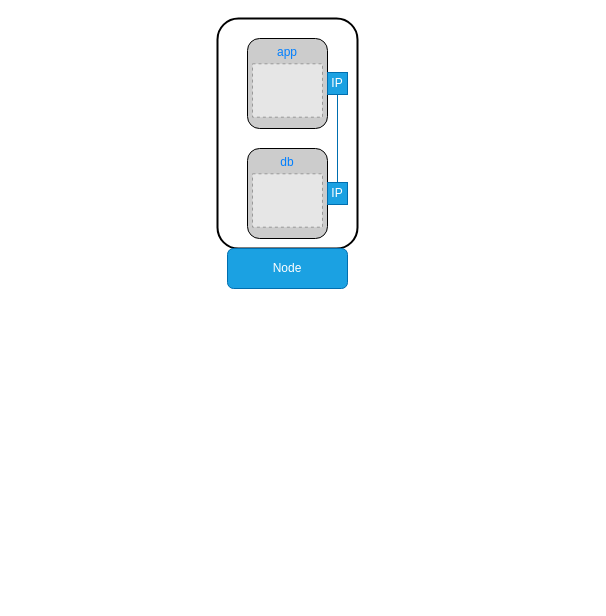
The draw.io diagram page "Service" (3 of 3) of AKS Main Components.drawio in joeakc/AKS, before the edit. Source tidied: cells renumbered, new cells numbered last; positions are measured from the earlier drawing's top-left corner, leaving out a move shared by most shapes. Both pictures are drawn from the tidied source at 100%, with x=0, y=0 at pixel (217, 18). Pictures stored in the file or linked from it are replaced by grey dashed boxes.
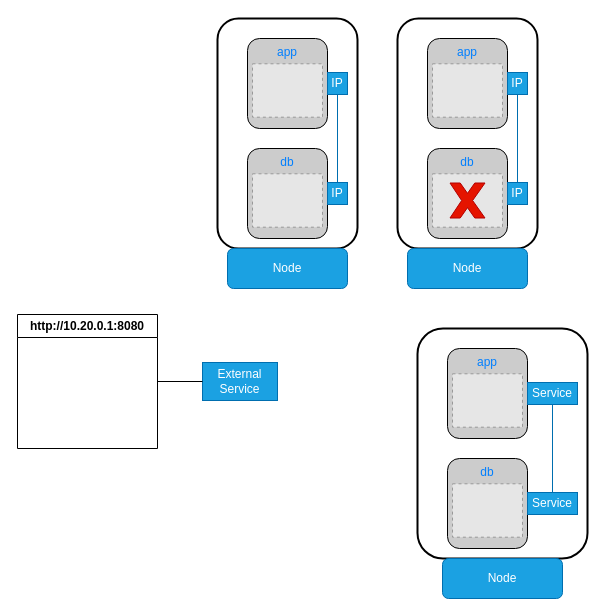
After the change.

Diff of the diagram source:
```diff
@@
+    <mxCell id="11" style="rounded=1;whiteSpace=wrap;html=1;strokeWidth=2;" parent="1" vertex="1">
+      <mxGeometry x="180" width="140" height="230" as="geometry" />
+    </mxCell>
+    <mxCell id="12" value="&lt;font color=&quot;#007fff&quot;&gt;app&lt;/font&gt;" style="rounded=1;whiteSpace=wrap;html=1;fillStyle=solid;verticalAlign=top;fillColor=#CCCCCC;" parent="1" vertex="1">
+      <mxGeometry x="210" y="20" width="80" height="90" as="geometry" />
+    </mxCell>
+    <mxCell id="13" style="fillColor=#E6E6E6;strokeColor=#999999;dashed=1;verticalLabelPosition=bottom;labelBackgroundColor=default;verticalAlign=top;" parent="1" vertex="1">
+      <mxGeometry x="215" y="45.3" width="70" height="53.4" as="geometry" />
+    </mxCell>
+    <mxCell id="14" value="&lt;font color=&quot;#007fff&quot;&gt;db&lt;/font&gt;" style="rounded=1;whiteSpace=wrap;html=1;fillStyle=solid;verticalAlign=top;fillColor=#CCCCCC;" parent="1" vertex="1">
+      <mxGeometry x="210" y="130" width="80" height="90" as="geometry" />
+    </mxCell>
+    <mxCell id="15" style="fillColor=#E6E6E6;strokeColor=#999999;dashed=1;verticalLabelPosition=bottom;labelBackgroundColor=default;verticalAlign=top;" parent="1" vertex="1">
+      <mxGeometry x="215" y="155.3" width="70" height="53.4" as="geometry" />
+    </mxCell>
+    <mxCell id="16" value="Node" style="rounded=1;whiteSpace=wrap;html=1;fillColor=#1ba1e2;strokeColor=#006EAF;fontColor=#ffffff;" parent="1" vertex="1">
+      <mxGeometry x="190" y="230" width="120" height="40" as="geometry" />
+    </mxCell>
+    <mxCell id="17" value="IP" style="rounded=0;whiteSpace=wrap;html=1;fillColor=#1ba1e2;fontColor=#ffffff;strokeColor=#006EAF;" parent="1" vertex="1">
+      <mxGeometry x="290" y="54" width="20" height="22" as="geometry" />
+    </mxCell>
+    <mxCell id="18" value="IP" style="rounded=0;whiteSpace=wrap;html=1;fillColor=#1ba1e2;fontColor=#ffffff;strokeColor=#006EAF;" parent="1" vertex="1">
+      <mxGeometry x="290" y="164" width="20" height="22" as="geometry" />
+    </mxCell>
+    <mxCell id="19" style="endArrow=none;html=1;rounded=0;exitX=0.5;exitY=0;exitDx=0;exitDy=0;entryX=0.5;entryY=1;entryDx=0;entryDy=0;fillColor=#1ba1e2;strokeColor=#006EAF;" parent="1" edge="1" source="18" target="17">
+      <mxGeometry relative="1" as="geometry" />
+    </mxCell>
+    <mxCell id="20" style="verticalLabelPosition=bottom;verticalAlign=top;html=1;shape=mxgraph.basic.x;fillColor=#e51400;fontColor=#ffffff;strokeColor=#B20000;" parent="1" vertex="1">
+      <mxGeometry x="232.5" y="164.5" width="35" height="35" as="geometry" />
+    </mxCell>
+    <mxCell id="21" style="rounded=1;whiteSpace=wrap;html=1;strokeWidth=2;" parent="1" vertex="1">
+      <mxGeometry x="200" y="310" width="170" height="230" as="geometry" />
+    </mxCell>
+    <mxCell id="22" value="&lt;font color=&quot;#007fff&quot;&gt;app&lt;/font&gt;" style="rounded=1;whiteSpace=wrap;html=1;fillStyle=solid;verticalAlign=top;fillColor=#CCCCCC;" parent="1" vertex="1">
+      <mxGeometry x="230" y="330" width="80" height="90" as="geometry" />
+    </mxCell>
+    <mxCell id="23" style="fillColor=#E6E6E6;strokeColor=#999999;dashed=1;verticalLabelPosition=bottom;labelBackgroundColor=default;verticalAlign=top;" parent="1" vertex="1">
+      <mxGeometry x="235" y="355.3" width="70" height="53.4" as="geometry" />
+    </mxCell>
+    <mxCell id="24" value="&lt;font color=&quot;#007fff&quot;&gt;db&lt;/font&gt;" style="rounded=1;whiteSpace=wrap;html=1;fillStyle=solid;verticalAlign=top;fillColor=#CCCCCC;" parent="1" vertex="1">
+      <mxGeometry x="230" y="440" width="80" height="90" as="geometry" />
+    </mxCell>
+    <mxCell id="25" style="fillColor=#E6E6E6;strokeColor=#999999;dashed=1;verticalLabelPosition=bottom;labelBackgroundColor=default;verticalAlign=top;" parent="1" vertex="1">
+      <mxGeometry x="235" y="465.3" width="70" height="53.4" as="geometry" />
+    </mxCell>
+    <mxCell id="26" value="Node" style="rounded=1;whiteSpace=wrap;html=1;fillColor=#1ba1e2;strokeColor=#006EAF;fontColor=#ffffff;" parent="1" vertex="1">
+      <mxGeometry x="225" y="540" width="120" height="40" as="geometry" />
+    </mxCell>
+    <mxCell id="27" value="Service" style="rounded=0;whiteSpace=wrap;html=1;fillColor=#1ba1e2;fontColor=#ffffff;strokeColor=#006EAF;" parent="1" vertex="1">
+      <mxGeometry x="310" y="364" width="50" height="22" as="geometry" />
+    </mxCell>
+    <mxCell id="28" value="Service" style="rounded=0;whiteSpace=wrap;html=1;fillColor=#1ba1e2;fontColor=#ffffff;strokeColor=#006EAF;" parent="1" vertex="1">
+      <mxGeometry x="310" y="474" width="50" height="22" as="geometry" />
+    </mxCell>
+    <mxCell id="29" style="endArrow=none;html=1;rounded=0;exitX=0.5;exitY=0;exitDx=0;exitDy=0;entryX=0.5;entryY=1;entryDx=0;entryDy=0;fillColor=#1ba1e2;strokeColor=#006EAF;" parent="1" edge="1" source="28" target="27">
+      <mxGeometry relative="1" as="geometry" />
+    </mxCell>
+    <mxCell id="30" value="http://10.20.0.1:8080" style="swimlane;whiteSpace=wrap;html=1;" parent="1" vertex="1">
+      <mxGeometry x="-200" y="296" width="140" height="134" as="geometry" />
+    </mxCell>
+    <mxCell id="31" value="External Service" style="rounded=0;whiteSpace=wrap;html=1;fillColor=#1ba1e2;fontColor=#ffffff;strokeColor=#006EAF;" parent="1" vertex="1">
+      <mxGeometry x="-15" y="344" width="75" height="38" as="geometry" />
+    </mxCell>
+    <mxCell id="32" style="endArrow=none;html=1;rounded=0;entryX=1;entryY=0.5;entryDx=0;entryDy=0;exitX=0;exitY=0.5;exitDx=0;exitDy=0;" parent="1" edge="1" source="31" target="30">
+      <mxGeometry relative="1" as="geometry" />
+    </mxCell>
```
